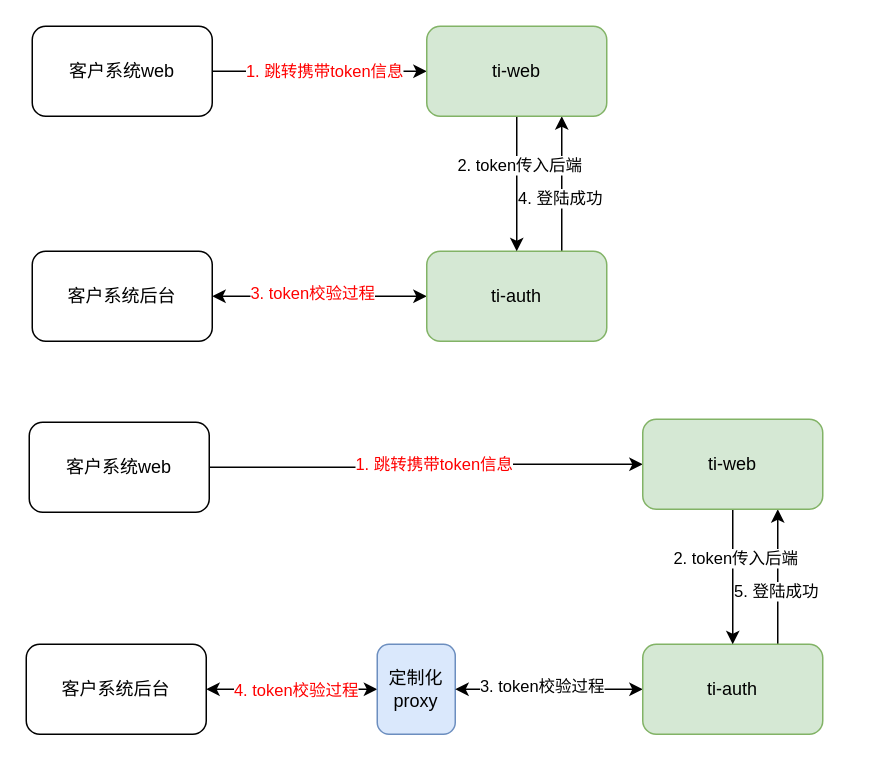
This is Copy of 算法市场.drawio from johnsondeng/drawio, a draw.io file, before an edit. Source tidied: cells renumbered, new cells numbered last; positions are measured from the earlier drawing's top-left corner, leaving out a move shared by most shapes. Both pictures are drawn from the tidied source at 150%, with x=0, y=0 at pixel (26, 26).
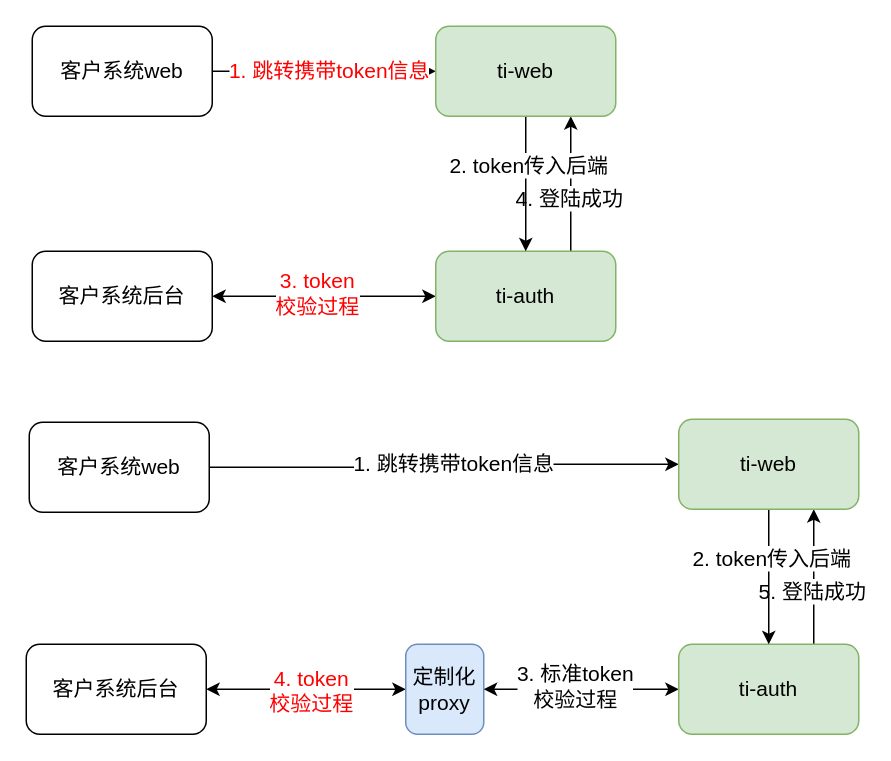
The same diagram, later.

What changed in the source:
```diff
@@
-    <mxCell id="2" value="客户系统后台" style="rounded=1;whiteSpace=wrap;html=1;" parent="1" vertex="1">
+    <mxCell id="2" value="客户系统后台" style="rounded=1;whiteSpace=wrap;html=1;fontSize=14;" parent="1" vertex="1">
       <mxGeometry x="4" y="150" width="120" height="60" as="geometry" />
     </mxCell>
-    <mxCell id="3" style="edgeStyle=orthogonalEdgeStyle;rounded=0;jettySize=auto;html=1;exitX=0;exitY=0.5;exitDx=0;exitDy=0;startArrow=classic;startFill=1;" parent="1" edge="1" source="7" target="2">
+    <mxCell id="3" style="edgeStyle=orthogonalEdgeStyle;rounded=0;jettySize=auto;html=1;exitX=0;exitY=0.5;exitDx=0;exitDy=0;startArrow=classic;startFill=1;fontSize=14;" parent="1" edge="1" source="7" target="2">
       <mxGeometry relative="1" as="geometry" />
     </mxCell>
-    <mxCell id="4" value="3. token校验过程" style="edgeLabel;html=1;align=center;verticalAlign=middle;fontColor=#FF0000;" parent="3" vertex="1">
+    <mxCell id="4" value="3. token&lt;br&gt;校验过程" style="edgeLabel;html=1;align=center;verticalAlign=middle;fontColor=#FF0000;fontSize=14;" parent="3" vertex="1">
       <mxGeometry x="0.08" y="-3" relative="1" as="geometry" />
     </mxCell>
-    <mxCell id="5" style="edgeStyle=orthogonalEdgeStyle;rounded=0;jettySize=auto;html=1;exitX=0.75;exitY=0;exitDx=0;exitDy=0;entryX=0.75;entryY=1;entryDx=0;entryDy=0;startArrow=none;startFill=0;" parent="1" edge="1" source="7" target="13">
+    <mxCell id="5" style="edgeStyle=orthogonalEdgeStyle;rounded=0;jettySize=auto;html=1;exitX=0.75;exitY=0;exitDx=0;exitDy=0;entryX=0.75;entryY=1;entryDx=0;entryDy=0;startArrow=none;startFill=0;fontSize=14;" parent="1" edge="1" source="7" target="13">
       <mxGeometry relative="1" as="geometry" />
     </mxCell>
-    <mxCell id="6" value="4. 登陆成功" style="edgeLabel;html=1;align=center;verticalAlign=middle;" parent="5" vertex="1">
+    <mxCell id="6" value="4. 登陆成功" style="edgeLabel;html=1;align=center;verticalAlign=middle;fontSize=14;" parent="5" vertex="1">
       <mxGeometry x="-0.2" y="2" relative="1" as="geometry" />
     </mxCell>
-    <mxCell id="7" value="ti-auth" style="rounded=1;whiteSpace=wrap;html=1;fillColor=#d5e8d4;strokeColor=#82b366;" parent="1" vertex="1">
-      <mxGeometry x="267" y="150" width="120" height="60" as="geometry" />
+    <mxCell id="7" value="ti-auth" style="rounded=1;whiteSpace=wrap;html=1;fillColor=#d5e8d4;strokeColor=#82b366;fontSize=14;" parent="1" vertex="1">
+      <mxGeometry x="273" y="150" width="120" height="60" as="geometry" />
     </mxCell>
-    <mxCell id="8" style="edgeStyle=orthogonalEdgeStyle;rounded=0;jettySize=auto;html=1;exitX=1;exitY=0.5;exitDx=0;exitDy=0;entryX=0;entryY=0.5;entryDx=0;entryDy=0;" parent="1" edge="1" source="10" target="13">
+    <mxCell id="8" style="edgeStyle=orthogonalEdgeStyle;rounded=0;jettySize=auto;html=1;exitX=1;exitY=0.5;exitDx=0;exitDy=0;entryX=0;entryY=0.5;entryDx=0;entryDy=0;fontSize=14;" parent="1" edge="1" source="10" target="13">
       <mxGeometry relative="1" as="geometry" />
     </mxCell>
-    <mxCell id="9" value="1. 跳转携带token信息" style="edgeLabel;html=1;align=center;verticalAlign=middle;fontColor=#FF0000;" parent="8" vertex="1">
+    <mxCell id="9" value="1. 跳转携带token信息" style="edgeLabel;html=1;align=center;verticalAlign=middle;fontColor=#FF0000;fontSize=14;" parent="8" vertex="1">
       <mxGeometry x="0.04" y="1" relative="1" as="geometry" />
     </mxCell>
-    <mxCell id="10" value="客户系统web" style="rounded=1;whiteSpace=wrap;html=1;" parent="1" vertex="1">
+    <mxCell id="10" value="客户系统web" style="rounded=1;whiteSpace=wrap;html=1;fontSize=14;" parent="1" vertex="1">
       <mxGeometry x="4" width="120" height="60" as="geometry" />
     </mxCell>
-    <mxCell id="11" style="edgeStyle=orthogonalEdgeStyle;rounded=0;jettySize=auto;html=1;exitX=0.5;exitY=1;exitDx=0;exitDy=0;entryX=0.5;entryY=0;entryDx=0;entryDy=0;" parent="1" edge="1" source="13" target="7">
+    <mxCell id="11" style="edgeStyle=orthogonalEdgeStyle;rounded=0;jettySize=auto;html=1;exitX=0.5;exitY=1;exitDx=0;exitDy=0;entryX=0.5;entryY=0;entryDx=0;entryDy=0;fontSize=14;" parent="1" edge="1" source="13" target="7">
       <mxGeometry relative="1" as="geometry" />
     </mxCell>
-    <mxCell id="12" value="2. token传入后端" style="edgeLabel;html=1;align=center;verticalAlign=middle;" parent="11" vertex="1">
+    <mxCell id="12" value="2. token传入后端" style="edgeLabel;html=1;align=center;verticalAlign=middle;fontSize=14;" parent="11" vertex="1">
       <mxGeometry x="-0.29" y="1" relative="1" as="geometry" />
     </mxCell>
-    <mxCell id="13" value="ti-web" style="rounded=1;whiteSpace=wrap;html=1;fillColor=#d5e8d4;strokeColor=#82b366;" parent="1" vertex="1">
-      <mxGeometry x="267" width="120" height="60" as="geometry" />
+    <mxCell id="13" value="ti-web" style="rounded=1;whiteSpace=wrap;html=1;fillColor=#d5e8d4;strokeColor=#82b366;fontSize=14;" parent="1" vertex="1">
+      <mxGeometry x="273" width="120" height="60" as="geometry" />
     </mxCell>
-    <mxCell id="14" style="edgeStyle=orthogonalEdgeStyle;rounded=0;jettySize=auto;html=1;exitX=0;exitY=0.5;exitDx=0;exitDy=0;entryX=1;entryY=0.5;entryDx=0;entryDy=0;fontColor=#FF0000;startArrow=classic;startFill=1;" parent="1" edge="1" source="16" target="28">
+    <mxCell id="14" style="edgeStyle=orthogonalEdgeStyle;rounded=0;jettySize=auto;html=1;exitX=0;exitY=0.5;exitDx=0;exitDy=0;entryX=1;entryY=0.5;entryDx=0;entryDy=0;fontColor=#FF0000;startArrow=classic;startFill=1;fontSize=14;" parent="1" edge="1" source="16" target="28">
       <mxGeometry relative="1" as="geometry" />
     </mxCell>
-    <mxCell id="15" value="4. token校验过程" style="edgeLabel;html=1;align=center;verticalAlign=middle;fontColor=#FF0000;" parent="14" vertex="1">
+    <mxCell id="15" value="4. token&lt;br&gt;校验过程" style="edgeLabel;html=1;align=center;verticalAlign=middle;fontColor=#FF0000;fontSize=14;" parent="14" vertex="1">
       <mxGeometry x="-0.04" relative="1" as="geometry" />
     </mxCell>
-    <mxCell id="16" value="定制化proxy" style="rounded=1;whiteSpace=wrap;html=1;fillColor=#dae8fc;strokeColor=#6c8ebf;" parent="1" vertex="1">
-      <mxGeometry x="234" y="412" width="52" height="60" as="geometry" />
+    <mxCell id="16" value="定制化proxy" style="rounded=1;whiteSpace=wrap;html=1;fillColor=#dae8fc;strokeColor=#6c8ebf;fontSize=14;" parent="1" vertex="1">
+      <mxGeometry x="253" y="412" width="52" height="60" as="geometry" />
     </mxCell>
-    <mxCell id="17" style="edgeStyle=orthogonalEdgeStyle;rounded=0;jettySize=auto;html=1;exitX=0;exitY=0.5;exitDx=0;exitDy=0;startArrow=classic;startFill=1;" parent="1" edge="1" source="21" target="16">
+    <mxCell id="17" style="edgeStyle=orthogonalEdgeStyle;rounded=0;jettySize=auto;html=1;exitX=0;exitY=0.5;exitDx=0;exitDy=0;startArrow=classic;startFill=1;fontSize=14;" parent="1" edge="1" source="21" target="16">
       <mxGeometry relative="1" as="geometry" />
     </mxCell>
-    <mxCell id="18" value="3. token校验过程" style="edgeLabel;html=1;align=center;verticalAlign=middle;" parent="17" vertex="1">
+    <mxCell id="18" value="3. 标准token&lt;br&gt;校验过程" style="edgeLabel;html=1;align=center;verticalAlign=middle;fontSize=14;" parent="17" vertex="1">
       <mxGeometry x="0.08" y="-3" relative="1" as="geometry" />
     </mxCell>
-    <mxCell id="19" style="edgeStyle=orthogonalEdgeStyle;rounded=0;jettySize=auto;html=1;exitX=0.75;exitY=0;exitDx=0;exitDy=0;entryX=0.75;entryY=1;entryDx=0;entryDy=0;startArrow=none;startFill=0;" parent="1" edge="1" source="21" target="27">
+    <mxCell id="19" style="edgeStyle=orthogonalEdgeStyle;rounded=0;jettySize=auto;html=1;exitX=0.75;exitY=0;exitDx=0;exitDy=0;entryX=0.75;entryY=1;entryDx=0;entryDy=0;startArrow=none;startFill=0;fontSize=14;" parent="1" edge="1" source="21" target="27">
       <mxGeometry relative="1" as="geometry" />
     </mxCell>
-    <mxCell id="20" value="5. 登陆成功" style="edgeLabel;html=1;align=center;verticalAlign=middle;" parent="19" vertex="1">
+    <mxCell id="20" value="5. 登陆成功" style="edgeLabel;html=1;align=center;verticalAlign=middle;fontSize=14;" parent="19" vertex="1">
       <mxGeometry x="-0.2" y="2" relative="1" as="geometry" />
     </mxCell>
-    <mxCell id="21" value="ti-auth" style="rounded=1;whiteSpace=wrap;html=1;fillColor=#d5e8d4;strokeColor=#82b366;" parent="1" vertex="1">
-      <mxGeometry x="411" y="412" width="120" height="60" as="geometry" />
+    <mxCell id="21" value="ti-auth" style="rounded=1;whiteSpace=wrap;html=1;fillColor=#d5e8d4;strokeColor=#82b366;fontSize=14;" parent="1" vertex="1">
+      <mxGeometry x="435" y="412" width="120" height="60" as="geometry" />
     </mxCell>
-    <mxCell id="22" style="edgeStyle=orthogonalEdgeStyle;rounded=0;jettySize=auto;html=1;exitX=1;exitY=0.5;exitDx=0;exitDy=0;entryX=0;entryY=0.5;entryDx=0;entryDy=0;" parent="1" edge="1" source="24" target="27">
+    <mxCell id="22" style="edgeStyle=orthogonalEdgeStyle;rounded=0;jettySize=auto;html=1;exitX=1;exitY=0.5;exitDx=0;exitDy=0;entryX=0;entryY=0.5;entryDx=0;entryDy=0;fontSize=14;" parent="1" edge="1" source="24" target="27">
       <mxGeometry relative="1" as="geometry" />
     </mxCell>
-    <mxCell id="23" value="1. 跳转携带token信息" style="edgeLabel;html=1;align=center;verticalAlign=middle;fontColor=#FF0000;" parent="22" vertex="1">
+    <mxCell id="23" value="1. 跳转携带token信息" style="edgeLabel;html=1;align=center;verticalAlign=middle;fontSize=14;" parent="22" vertex="1">
       <mxGeometry x="0.04" y="1" relative="1" as="geometry" />
     </mxCell>
-    <mxCell id="24" value="客户系统web" style="rounded=1;whiteSpace=wrap;html=1;" parent="1" vertex="1">
+    <mxCell id="24" value="客户系统web" style="rounded=1;whiteSpace=wrap;html=1;fontSize=14;" parent="1" vertex="1">
       <mxGeometry x="2" y="264" width="120" height="60" as="geometry" />
     </mxCell>
-    <mxCell id="25" style="edgeStyle=orthogonalEdgeStyle;rounded=0;jettySize=auto;html=1;exitX=0.5;exitY=1;exitDx=0;exitDy=0;entryX=0.5;entryY=0;entryDx=0;entryDy=0;" parent="1" edge="1" source="27" target="21">
+    <mxCell id="25" style="edgeStyle=orthogonalEdgeStyle;rounded=0;jettySize=auto;html=1;exitX=0.5;exitY=1;exitDx=0;exitDy=0;entryX=0.5;entryY=0;entryDx=0;entryDy=0;fontSize=14;" parent="1" edge="1" source="27" target="21">
       <mxGeometry relative="1" as="geometry" />
     </mxCell>
-    <mxCell id="26" value="2. token传入后端" style="edgeLabel;html=1;align=center;verticalAlign=middle;" parent="25" vertex="1">
+    <mxCell id="26" value="2. token传入后端" style="edgeLabel;html=1;align=center;verticalAlign=middle;fontSize=14;" parent="25" vertex="1">
       <mxGeometry x="-0.29" y="1" relative="1" as="geometry" />
     </mxCell>
-    <mxCell id="27" value="ti-web" style="rounded=1;whiteSpace=wrap;html=1;fillColor=#d5e8d4;strokeColor=#82b366;" parent="1" vertex="1">
-      <mxGeometry x="411" y="262" width="120" height="60" as="geometry" />
+    <mxCell id="27" value="ti-web" style="rounded=1;whiteSpace=wrap;html=1;fillColor=#d5e8d4;strokeColor=#82b366;fontSize=14;" parent="1" vertex="1">
+      <mxGeometry x="435" y="262" width="120" height="60" as="geometry" />
     </mxCell>
-    <mxCell id="28" value="客户系统后台" style="rounded=1;whiteSpace=wrap;html=1;" parent="1" vertex="1">
+    <mxCell id="28" value="客户系统后台" style="rounded=1;whiteSpace=wrap;html=1;fontSize=14;" parent="1" vertex="1">
       <mxGeometry y="412" width="120" height="60" as="geometry" />
     </mxCell>
```
